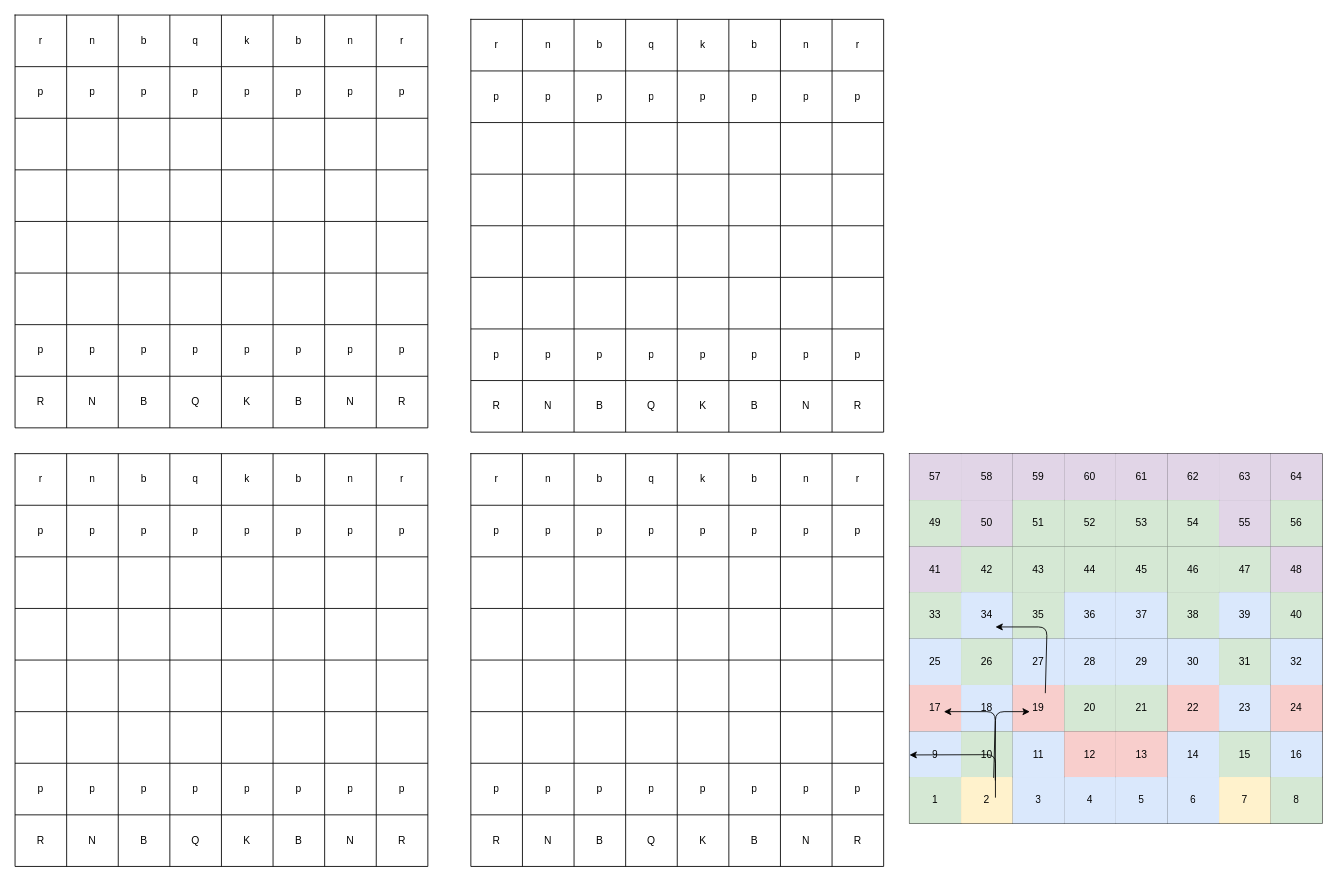
Above: engine/design.drawio in Dan-Mach/rusty-chess (draw.io), before the change. Source tidied: cells renumbered, new cells numbered last; positions are measured from the earlier drawing's top-left corner, leaving out a move shared by most shapes. Both pictures are drawn from the tidied source at 86%, with x=0, y=0 at pixel (15, 15).
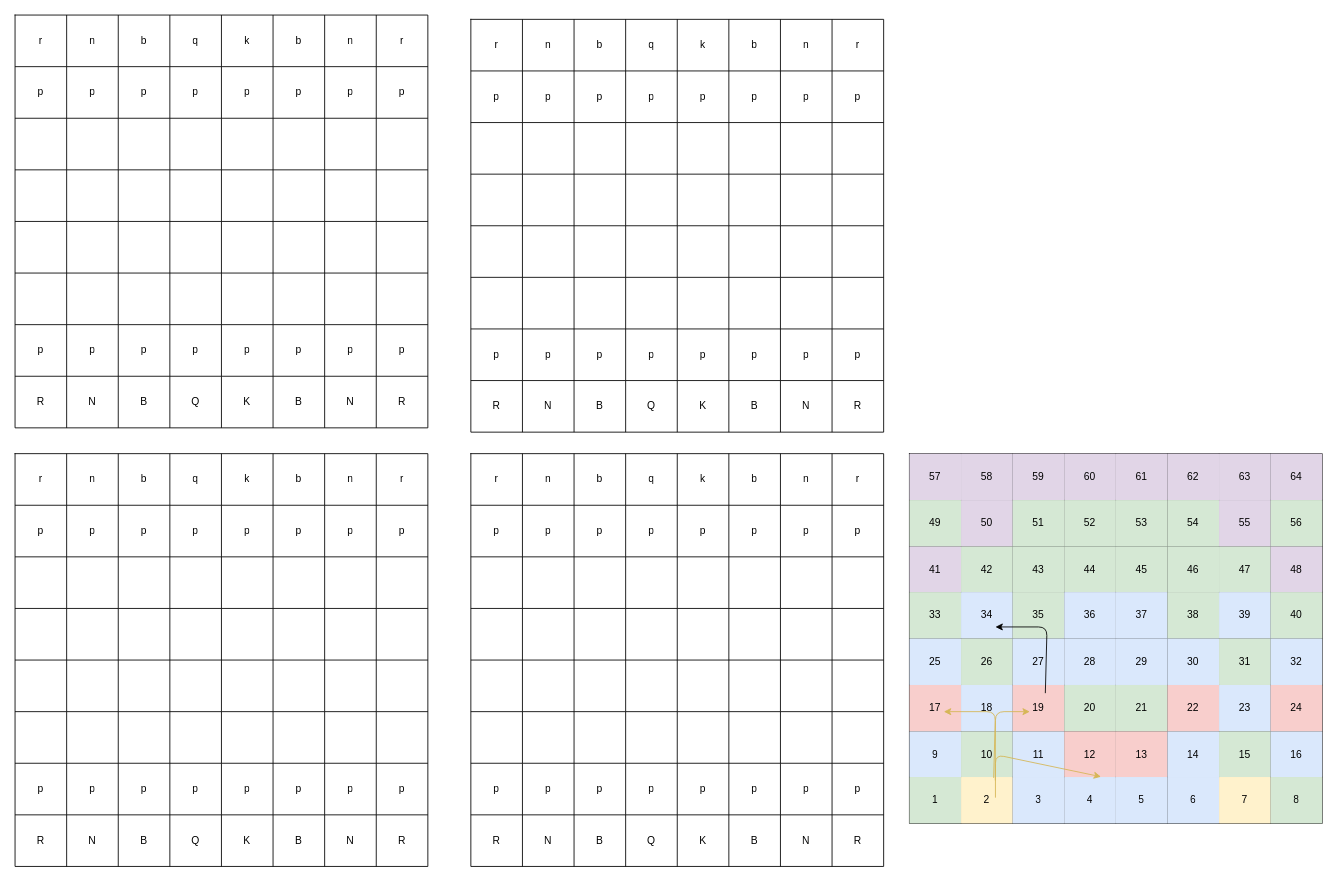
After the change.

Unchanged cells that the change refers to:
```xml
<mxCell id="294" style="shape=table;startSize=0;childLayout=tableLayout;" parent="1" vertex="1">
  <mxGeometry x="1040" y="510" width="480" height="430" as="geometry" />
</mxCell>
<mxCell id="349" style="shape=tableRow;horizontal=0;startSize=0;swimlaneHead=0;swimlaneBody=0;strokeColor=inherit;top=0;left=0;bottom=0;right=0;fillColor=none;points=[[0,0.5],[1,0.5]];portConstraint=eastwest;" parent="294" vertex="1">
  <mxGeometry y="323" width="480" height="53" as="geometry" />
</mxCell>
<mxCell id="358" style="shape=tableRow;horizontal=0;startSize=0;swimlaneHead=0;swimlaneBody=0;strokeColor=inherit;top=0;left=0;bottom=0;right=0;fillColor=none;points=[[0,0.5],[1,0.5]];portConstraint=eastwest;" parent="294" vertex="1">
  <mxGeometry y="376" width="480" height="54" as="geometry" />
</mxCell>
```

The edit, as a diff of the source:
```diff
@@
-    <mxCell id="367" style="endArrow=classic;html=1;exitX=0.204;exitY=0.019;exitDx=0;exitDy=0;exitPerimeter=0;" parent="294" edge="1" source="358">
+    <mxCell id="367" style="endArrow=classic;html=1;exitX=0.204;exitY=0.019;exitDx=0;exitDy=0;exitPerimeter=0;fillColor=#fff2cc;strokeColor=#d6b656;" parent="294" edge="1" source="358">
       <mxGeometry relative="1" as="geometry">
         <mxPoint x="40" y="300" as="targetPoint" />
         <Array as="points">
           <mxPoint x="100" y="300" />
         </Array>
       </mxGeometry>
     </mxCell>
-    <mxCell id="368" style="endArrow=classic;html=1;exitX=0.208;exitY=0.074;exitDx=0;exitDy=0;exitPerimeter=0;" parent="294" edge="1" source="358">
+    <mxCell id="368" style="endArrow=classic;html=1;exitX=0.208;exitY=0.074;exitDx=0;exitDy=0;exitPerimeter=0;fillColor=#fff2cc;strokeColor=#d6b656;" parent="294" edge="1" source="358">
       <mxGeometry relative="1" as="geometry">
         <mxPoint x="140" y="300" as="targetPoint" />
         <Array as="points">
           <mxPoint x="100" y="300" />
         </Array>
       </mxGeometry>
     </mxCell>
@@
-    <mxCell id="370" style="endArrow=classic;html=1;" parent="1" edge="1" target="349">
+    <mxCell id="370" style="endArrow=classic;html=1;entryX=0.464;entryY=0.994;entryDx=0;entryDy=0;entryPerimeter=0;fillColor=#fff2cc;strokeColor=#d6b656;" parent="1" edge="1" target="349">
       <mxGeometry relative="1" as="geometry">
         <mxPoint x="1140" y="910" as="sourcePoint" />
         <Array as="points">
           <mxPoint x="1140" y="860" />
         </Array>
       </mxGeometry>
     </mxCell>
```
